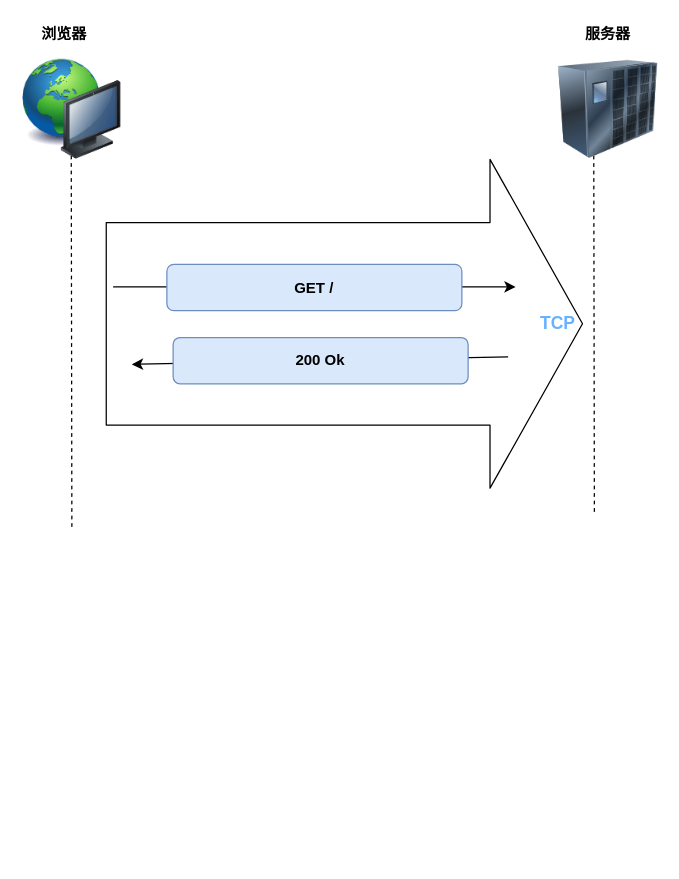
The draw.io diagram page "http" (2 of 7) of source/_drawio/sockjs.drawio in ivan-94/bobi.ink, before the edit. Source tidied: cells renumbered, new cells numbered last; positions are measured from the earlier drawing's top-left corner, leaving out a move shared by most shapes. Both pictures are drawn from the tidied source at 125%, with x=0, y=0 at pixel (21, 21).
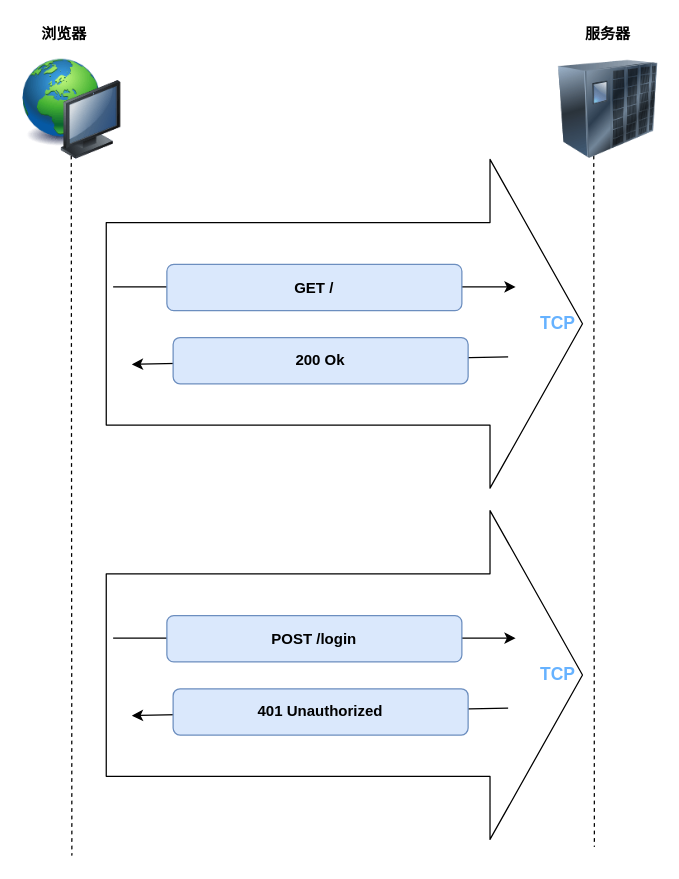
Above is the later version.

Diff of the diagram source:
```diff
@@
     <mxCell id="2" style="endArrow=none;dashed=1;html=1;" parent="1" edge="1">
       <mxGeometry relative="1" as="geometry">
         <mxPoint x="457.5" y="95" as="sourcePoint" />
-        <mxPoint x="458" y="392" as="targetPoint" />
+        <mxPoint x="458" y="660" as="targetPoint" />
       </mxGeometry>
     </mxCell>
     <mxCell id="3" style="endArrow=none;dashed=1;html=1;" parent="1" edge="1">
       <mxGeometry relative="1" as="geometry">
         <mxPoint x="39.5" y="101" as="sourcePoint" />
-        <mxPoint x="40" y="405" as="targetPoint" />
+        <mxPoint x="40" y="667" as="targetPoint" />
       </mxGeometry>
     </mxCell>
@@
+    <mxCell id="14" style="shape=flexArrow;endArrow=classic;html=1;endWidth=100;endSize=24.33;width=162;" parent="1" edge="1">
+      <mxGeometry relative="1" as="geometry">
+        <mxPoint x="67" y="522.5" as="sourcePoint" />
+        <mxPoint x="449" y="522.5" as="targetPoint" />
+      </mxGeometry>
+    </mxCell>
+    <mxCell id="15" style="endArrow=classic;html=1;" parent="1" edge="1">
+      <mxGeometry relative="1" as="geometry">
+        <mxPoint x="73" y="493" as="sourcePoint" />
+        <mxPoint x="395" y="493" as="targetPoint" />
+      </mxGeometry>
+    </mxCell>
+    <mxCell id="16" value="&lt;b&gt;POST /login&lt;/b&gt;" style="rounded=1;whiteSpace=wrap;html=1;fillColor=#dae8fc;strokeColor=#6c8ebf;" parent="1" vertex="1">
+      <mxGeometry x="116" y="475" width="236" height="37" as="geometry" />
+    </mxCell>
+    <mxCell id="17" style="endArrow=classic;html=1;" parent="1" edge="1">
+      <mxGeometry relative="1" as="geometry">
+        <mxPoint x="389" y="549" as="sourcePoint" />
+        <mxPoint x="88" y="555" as="targetPoint" />
+      </mxGeometry>
+    </mxCell>
+    <mxCell id="18" value="&lt;b&gt;401 Unauthorized&lt;/b&gt;" style="rounded=1;whiteSpace=wrap;html=1;fillColor=#dae8fc;strokeColor=#6c8ebf;" parent="1" vertex="1">
+      <mxGeometry x="121" y="533.5" width="236" height="37" as="geometry" />
+    </mxCell>
+    <mxCell id="19" value="&lt;font style=&quot;font-size: 14px&quot; color=&quot;#66b2ff&quot;&gt;&lt;b&gt;TCP&lt;/b&gt;&lt;/font&gt;" style="text;html=1;strokeColor=none;fillColor=none;align=center;verticalAlign=middle;whiteSpace=wrap;rounded=0;" parent="1" vertex="1">
+      <mxGeometry x="409" y="512" width="40" height="20" as="geometry" />
+    </mxCell>
```
